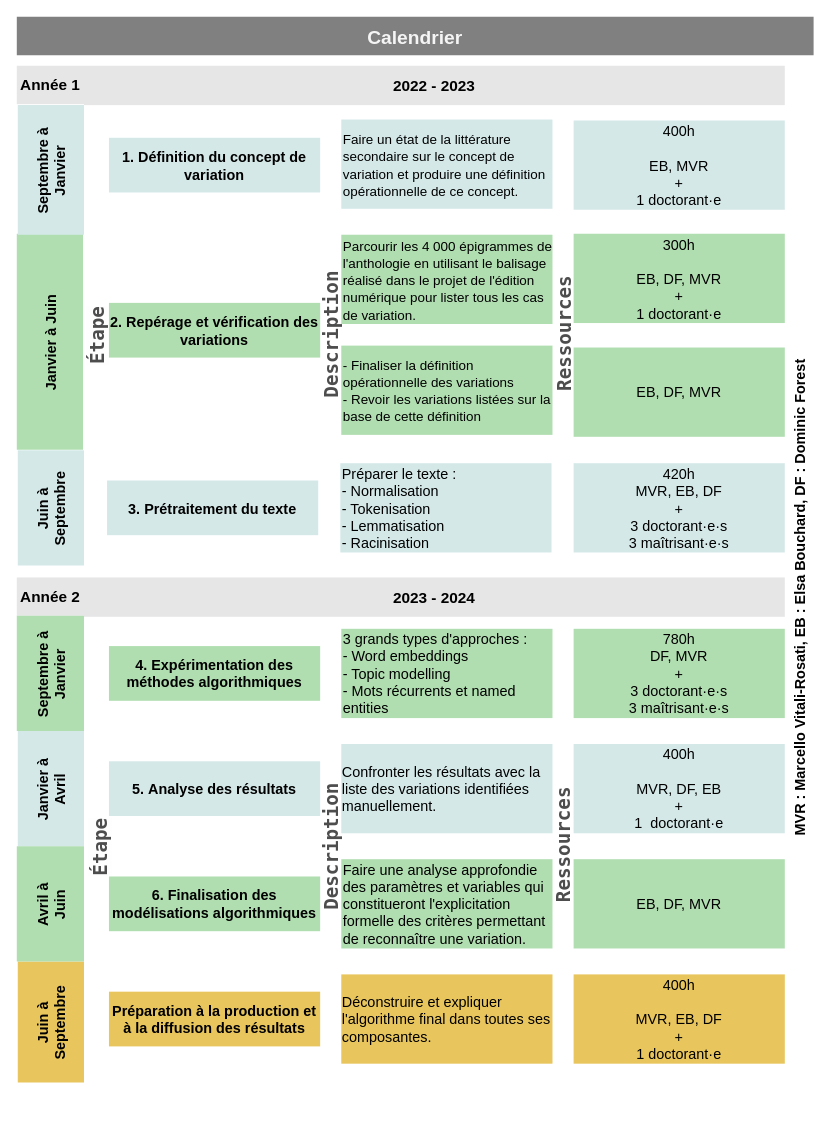
Before: page "Page-1" (1 of 2) of test Diagram.drawio in RochDLY/drawAAP, a draw.io diagram. Source tidied: cells renumbered, new cells numbered last; positions are measured from the earlier drawing's top-left corner, leaving out a move shared by most shapes. Both pictures are drawn from the tidied source at 96%, with x=0, y=0 at pixel (-122, 16).
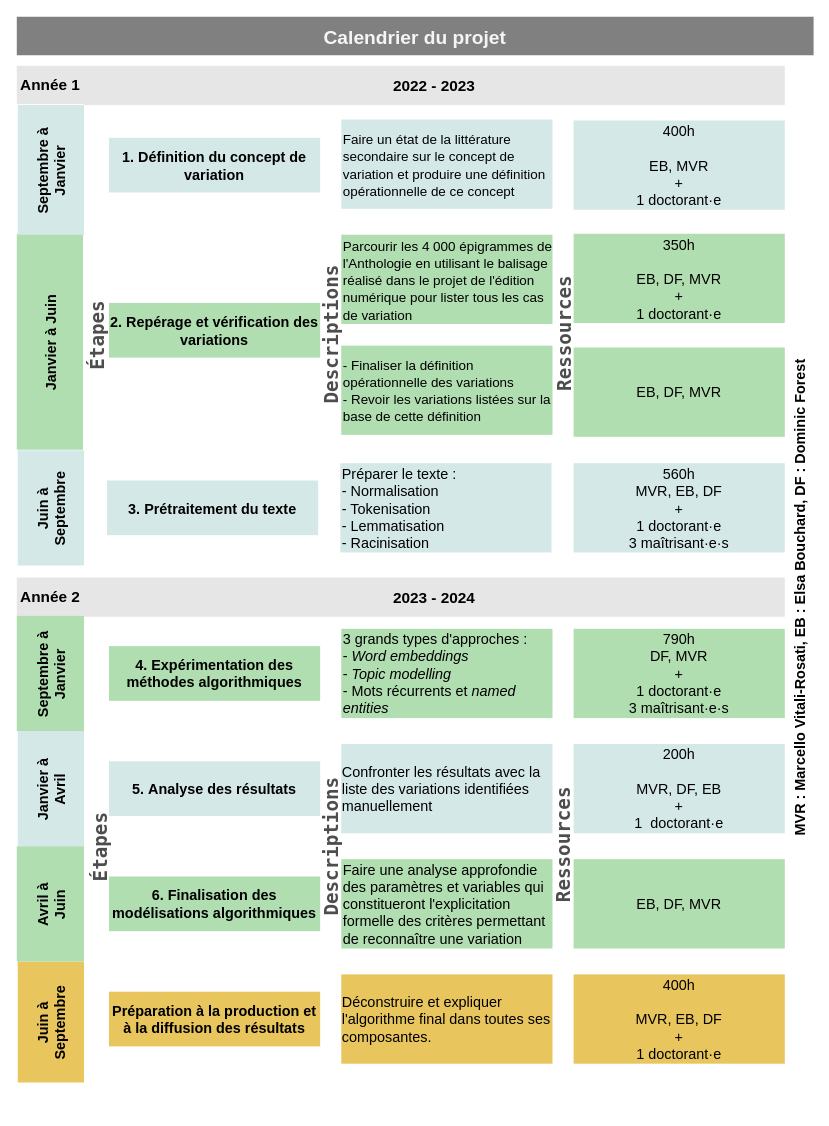
The same page after the edit.

Unchanged cells that the change refers to:
```xml
<mxCell id="7" value="Juin à&#10;Septembre" style="swimlane;horizontal=0;startSize=69;fontSize=15;strokeWidth=1;strokeColor=none;fillColor=#D5E8E8;" parent="2" vertex="1">
  <mxGeometry x="1" y="451.5" width="781" height="120" as="geometry" />
</mxCell>
<mxCell id="12" value="Janvier à&#10;Avril" style="swimlane;horizontal=0;startSize=69;fontSize=15;strokeWidth=1;strokeColor=none;fillColor=#D5E8E8;" parent="2" vertex="1">
  <mxGeometry x="1" y="744" width="780" height="120" as="geometry" />
</mxCell>
<mxCell id="23" value="Janvier à Juin" style="swimlane;horizontal=0;startSize=69;fontSize=15;strokeWidth=1;strokeColor=none;fillColor=#B1DEB1;" parent="1" vertex="1">
  <mxGeometry x="144" y="226" width="800" height="225" as="geometry" />
</mxCell>
<mxCell id="31" value="Septembre à&#10;Janvier" style="swimlane;horizontal=0;startSize=70;fontSize=15;strokeWidth=1;strokeColor=none;fillColor=#B1DEB1;" parent="1" vertex="1">
  <mxGeometry x="144" y="624" width="800" height="120" as="geometry" />
</mxCell>
<mxCell id="36" value="Avril à&#10;Juin" style="swimlane;horizontal=0;startSize=70;fontSize=15;strokeWidth=1;strokeColor=none;fillColor=#B1DEB1;" parent="1" vertex="1">
  <mxGeometry x="144" y="864" width="800" height="120" as="geometry" />
</mxCell>
<mxCell id="44" value="Septembre à&#10;Janvier" style="swimlane;horizontal=0;startSize=69;fontSize=15;strokeWidth=1;strokeColor=none;fillColor=#D5E8E8;gradientColor=none;" parent="1" vertex="1">
  <mxGeometry x="145" y="92" width="799" height="135" as="geometry" />
</mxCell>
```

The edit, as a diff of the source:
```diff
@@
-    <mxCell id="2" value="Calendrier" style="swimlane;startSize=40;strokeColor=none;fontSize=20;strokeWidth=0;fillColor=#808080;fontColor=#F5F5F5;" parent="1" vertex="1">
+    <mxCell id="2" value="Calendrier du projet" style="swimlane;startSize=40;strokeColor=none;fontSize=20;strokeWidth=0;fillColor=#808080;fontColor=#F5F5F5;" parent="1" vertex="1">
       <mxGeometry x="144" width="830" height="1139" as="geometry" />
     </mxCell>
@@
-    <mxCell id="10" value="&lt;div&gt;420h&lt;/div&gt;&lt;div&gt;MVR, EB, DF&lt;/div&gt;&lt;div&gt;+&lt;br&gt;&lt;/div&gt;&lt;div&gt;3 doctorant·e·s&lt;/div&gt;&lt;div&gt;3 maîtrisant·e·s&lt;br&gt;&lt;/div&gt;" style="rounded=0;whiteSpace=wrap;html=1;dashed=1;fontSize=15;dashPattern=1 4;align=center;fillColor=#D5E8E8;strokeColor=none;" parent="7" vertex="1">
+    <mxCell id="10" value="560h&lt;div&gt;MVR, EB, DF&lt;/div&gt;&lt;div&gt;+&lt;br&gt;&lt;/div&gt;&lt;div&gt;1 doctorant·e&lt;/div&gt;&lt;div&gt;3 maîtrisant·e·s&lt;br&gt;&lt;/div&gt;" style="rounded=0;whiteSpace=wrap;html=1;dashed=1;fontSize=15;dashPattern=1 4;align=center;fillColor=#D5E8E8;strokeColor=none;" parent="7" vertex="1">
       <mxGeometry x="579" y="13.5" width="220" height="93" as="geometry" />
     </mxCell>
@@
-    <mxCell id="14" value="&lt;div align=&quot;left&quot;&gt;Confronter les résultats avec la liste des variations identifiées manuellement.&lt;br&gt;&lt;/div&gt;" style="rounded=0;whiteSpace=wrap;html=1;dashed=1;fontSize=15;dashPattern=1 4;align=center;fillColor=#D5E8E8;strokeColor=none;" parent="12" vertex="1">
+    <mxCell id="14" value="&lt;div align=&quot;left&quot;&gt;Confronter les résultats avec la liste des variations identifiées manuellement&lt;br&gt;&lt;/div&gt;" style="rounded=0;whiteSpace=wrap;html=1;dashed=1;fontSize=15;dashPattern=1 4;align=center;fillColor=#D5E8E8;strokeColor=none;" parent="12" vertex="1">
       <mxGeometry x="337" y="13.5" width="220" height="93" as="geometry" />
     </mxCell>
-    <mxCell id="15" value="&lt;div&gt;400h&lt;/div&gt;&lt;div&gt;&lt;br&gt;&lt;/div&gt;&lt;div&gt;MVR, DF, EB&lt;/div&gt;&lt;div&gt;+&lt;br&gt;&lt;/div&gt;&lt;div&gt;1&amp;nbsp; doctorant·e&lt;br&gt;&lt;/div&gt;" style="rounded=0;whiteSpace=wrap;html=1;dashed=1;fontSize=15;dashPattern=1 4;align=center;fillColor=#D5E8E8;strokeColor=none;" parent="12" vertex="1">
+    <mxCell id="15" value="&lt;div&gt;200h&lt;/div&gt;&lt;div&gt;&lt;br&gt;&lt;/div&gt;&lt;div&gt;MVR, DF, EB&lt;/div&gt;&lt;div&gt;+&lt;br&gt;&lt;/div&gt;&lt;div&gt;1&amp;nbsp; doctorant·e&lt;br&gt;&lt;/div&gt;" style="rounded=0;whiteSpace=wrap;html=1;dashed=1;fontSize=15;dashPattern=1 4;align=center;fillColor=#D5E8E8;strokeColor=none;" parent="12" vertex="1">
       <mxGeometry x="579" y="13.5" width="220" height="93" as="geometry" />
     </mxCell>
@@
-    <mxCell id="27" value="300h&lt;div&gt;&lt;br&gt;&lt;/div&gt;&lt;div&gt;&lt;div&gt;EB, DF, MVR&lt;/div&gt;&lt;div&gt;+&lt;br&gt;&lt;/div&gt;1 doctorant·e&lt;/div&gt;" style="rounded=0;whiteSpace=wrap;html=1;dashed=1;fontSize=15;dashPattern=1 4;align=center;fillColor=#B1DEB1;strokeColor=none;" parent="23" vertex="1">
+    <mxCell id="27" value="350h&lt;div&gt;&lt;br&gt;&lt;/div&gt;&lt;div&gt;&lt;div&gt;EB, DF, MVR&lt;/div&gt;&lt;div&gt;+&lt;br&gt;&lt;/div&gt;1 doctorant·e&lt;/div&gt;" style="rounded=0;whiteSpace=wrap;html=1;dashed=1;fontSize=15;dashPattern=1 4;align=center;fillColor=#B1DEB1;strokeColor=none;" parent="23" vertex="1">
       <mxGeometry x="580" width="220" height="93" as="geometry" />
     </mxCell>
@@
-    <mxCell id="29" value="&lt;font face=&quot;Lucida Console&quot;&gt;&lt;b&gt;&lt;font style=&quot;font-size: 20px&quot; color=&quot;#4D4D4D&quot;&gt;Description&lt;/font&gt;&lt;/b&gt;&lt;/font&gt;" style="rounded=0;whiteSpace=wrap;html=1;strokeColor=none;rotation=-90;fillColor=none;" parent="23" vertex="1">
+    <mxCell id="29" value="&lt;font face=&quot;Lucida Console&quot;&gt;&lt;b&gt;&lt;font style=&quot;font-size: 20px&quot; color=&quot;#4D4D4D&quot;&gt;Descriptions&lt;/font&gt;&lt;/b&gt;&lt;/font&gt;" style="rounded=0;whiteSpace=wrap;html=1;strokeColor=none;rotation=-90;fillColor=none;" parent="23" vertex="1">
       <mxGeometry x="100" y="95" width="455" height="20" as="geometry" />
     </mxCell>
-    <mxCell id="30" value="&lt;b&gt;&lt;font style=&quot;font-size: 20px&quot; face=&quot;Lucida Console&quot; color=&quot;#4D4D4D&quot;&gt;&lt;span style=&quot;font-style: normal ; letter-spacing: normal ; text-align: left ; text-indent: 0px ; text-transform: none ; word-spacing: 0px ; background-color: rgba(221 , 223 , 228 , 0.04) ; display: inline ; float: none&quot;&gt;Étape&lt;/span&gt;&lt;/font&gt;&lt;/b&gt;" style="rounded=0;whiteSpace=wrap;html=1;strokeColor=none;rotation=-90;fillColor=none;" parent="23" vertex="1">
+    <mxCell id="30" value="&lt;b&gt;&lt;font style=&quot;font-size: 20px&quot; face=&quot;Lucida Console&quot; color=&quot;#4D4D4D&quot;&gt;&lt;span style=&quot;font-style: normal ; letter-spacing: normal ; text-align: left ; text-indent: 0px ; text-transform: none ; word-spacing: 0px ; background-color: rgba(221 , 223 , 228 , 0.04) ; display: inline ; float: none&quot;&gt;Étapes&lt;/span&gt;&lt;/font&gt;&lt;/b&gt;" style="rounded=0;whiteSpace=wrap;html=1;strokeColor=none;rotation=-90;fillColor=none;" parent="23" vertex="1">
       <mxGeometry x="-144" y="96" width="455" height="20" as="geometry" />
     </mxCell>
@@
-    <mxCell id="33" value="&lt;div align=&quot;left&quot;&gt;3 grands types d'approches :&lt;br&gt;- Word embeddings&lt;br&gt;- Topic modelling&lt;br&gt;- Mots récurrents et named entities&lt;/div&gt;" style="rounded=0;whiteSpace=wrap;html=1;dashed=1;fontSize=15;dashPattern=1 4;align=left;fillColor=#B1DEB1;strokeColor=none;" parent="31" vertex="1">
+    <mxCell id="33" value="&lt;div align=&quot;left&quot;&gt;3 grands types d'approches :&lt;br&gt;- &lt;i&gt;Word embeddings&lt;/i&gt;&lt;br&gt;- &lt;i&gt;Topic modelling&lt;/i&gt;&lt;br&gt;- Mots récurrents et &lt;i&gt;named entities&lt;/i&gt;&lt;/div&gt;" style="rounded=0;whiteSpace=wrap;html=1;dashed=1;fontSize=15;dashPattern=1 4;align=left;fillColor=#B1DEB1;strokeColor=none;" parent="31" vertex="1">
       <mxGeometry x="338" y="13.5" width="220" height="93" as="geometry" />
     </mxCell>
-    <mxCell id="34" value="&lt;div&gt;780h&lt;br&gt;&lt;/div&gt;&lt;div&gt;DF, MVR&lt;/div&gt;&lt;div&gt;+&lt;br&gt;&lt;/div&gt;&lt;div&gt;3 doctorant·e·s&lt;/div&gt;&lt;div&gt;3 maîtrisant·e·s&lt;br&gt;&lt;/div&gt;" style="rounded=0;whiteSpace=wrap;html=1;dashed=1;fontSize=15;dashPattern=1 4;align=center;fillColor=#B1DEB1;strokeColor=none;" parent="31" vertex="1">
+    <mxCell id="34" value="&lt;div&gt;790h&lt;br&gt;&lt;/div&gt;&lt;div&gt;DF, MVR&lt;/div&gt;&lt;div&gt;+&lt;br&gt;&lt;/div&gt;&lt;div&gt;1 doctorant·e&lt;/div&gt;&lt;div&gt;3 maîtrisant·e·s&lt;br&gt;&lt;/div&gt;" style="rounded=0;whiteSpace=wrap;html=1;dashed=1;fontSize=15;dashPattern=1 4;align=center;fillColor=#B1DEB1;strokeColor=none;" parent="31" vertex="1">
       <mxGeometry x="580" y="13.5" width="220" height="93" as="geometry" />
     </mxCell>
@@
-    <mxCell id="38" value="Faire une analyse approfondie des paramètres et variables qui constitueront l'explicitation formelle des critères permettant de reconnaître une variation." style="rounded=0;whiteSpace=wrap;html=1;dashed=1;fontSize=15;dashPattern=1 4;align=left;fillColor=#B1DEB1;strokeColor=none;" parent="36" vertex="1">
+    <mxCell id="38" value="Faire une analyse approfondie des paramètres et variables qui constitueront l'explicitation formelle des critères permettant de reconnaître une variation" style="rounded=0;whiteSpace=wrap;html=1;dashed=1;fontSize=15;dashPattern=1 4;align=left;fillColor=#B1DEB1;strokeColor=none;" parent="36" vertex="1">
       <mxGeometry x="338" y="13.5" width="220" height="93" as="geometry" />
     </mxCell>
@@
-    <mxCell id="42" value="&lt;font face=&quot;Lucida Console&quot; color=&quot;#4D4D4D&quot;&gt;&lt;b&gt;&lt;font style=&quot;font-size: 20px&quot;&gt;Description&lt;/font&gt;&lt;/b&gt;&lt;/font&gt;" style="rounded=0;whiteSpace=wrap;html=1;strokeColor=none;rotation=-90;fillColor=none;" parent="36" vertex="1">
+    <mxCell id="42" value="&lt;font face=&quot;Lucida Console&quot; color=&quot;#4D4D4D&quot;&gt;&lt;b&gt;&lt;font style=&quot;font-size: 20px&quot;&gt;Descriptions&lt;/font&gt;&lt;/b&gt;&lt;/font&gt;" style="rounded=0;whiteSpace=wrap;html=1;strokeColor=none;rotation=-90;fillColor=none;" parent="36" vertex="1">
       <mxGeometry x="99" y="-9.5" width="455" height="20" as="geometry" />
     </mxCell>
-    <mxCell id="43" value="&lt;b&gt;&lt;font style=&quot;font-size: 20px&quot; face=&quot;Lucida Console&quot; color=&quot;#4D4D4D&quot;&gt;&lt;span style=&quot;font-style: normal ; letter-spacing: normal ; text-align: left ; text-indent: 0px ; text-transform: none ; word-spacing: 0px ; background-color: rgba(221 , 223 , 228 , 0.04) ; display: inline ; float: none&quot;&gt;Étape&lt;/span&gt;&lt;/font&gt;&lt;/b&gt;" style="rounded=0;whiteSpace=wrap;html=1;strokeColor=none;rotation=-90;fillColor=none;" parent="36" vertex="1">
+    <mxCell id="43" value="&lt;b&gt;&lt;font style=&quot;font-size: 20px&quot; face=&quot;Lucida Console&quot; color=&quot;#4D4D4D&quot;&gt;&lt;span style=&quot;font-style: normal ; letter-spacing: normal ; text-align: left ; text-indent: 0px ; text-transform: none ; word-spacing: 0px ; background-color: rgba(221 , 223 , 228 , 0.04) ; display: inline ; float: none&quot;&gt;Étapes&lt;/span&gt;&lt;/font&gt;&lt;/b&gt;" style="rounded=0;whiteSpace=wrap;html=1;strokeColor=none;rotation=-90;fillColor=none;" parent="36" vertex="1">
       <mxGeometry x="-141" y="-9" width="455" height="20" as="geometry" />
     </mxCell>
@@
-    <mxCell id="48" value="&lt;div align=&quot;left&quot;&gt;&lt;font style=&quot;font-size: 14px&quot;&gt;Faire un état de la littérature secondaire sur le concept de variation et produire une définition opérationnelle de ce concept.&lt;/font&gt;&lt;/div&gt;" style="rounded=0;whiteSpace=wrap;html=1;dashed=1;fontSize=15;dashPattern=1 4;align=left;fillColor=#D5E8E8;strokeColor=none;gradientColor=none;gradientDirection=east;" parent="44" vertex="1">
+    <mxCell id="48" value="&lt;div align=&quot;left&quot;&gt;&lt;font style=&quot;font-size: 14px&quot;&gt;Faire un état de la littérature secondaire sur le concept de variation et produire une définition opérationnelle de ce concept&lt;/font&gt;&lt;/div&gt;" style="rounded=0;whiteSpace=wrap;html=1;dashed=1;fontSize=15;dashPattern=1 4;align=left;fillColor=#D5E8E8;strokeColor=none;gradientColor=none;gradientDirection=east;" parent="44" vertex="1">
       <mxGeometry x="337" y="15" width="220" height="93" as="geometry" />
     </mxCell>
@@
-    <mxCell id="50" value="&lt;div align=&quot;left&quot;&gt;&lt;font style=&quot;font-size: 14px&quot;&gt;Parcourir les 4 000 épigrammes de l'anthologie en utilisant le balisage réalisé dans le projet de l'édition numérique pour lister tous les cas de variation.&lt;/font&gt;&lt;/div&gt;" style="rounded=0;whiteSpace=wrap;html=1;dashed=1;fontSize=15;dashPattern=1 4;align=left;sketch=0;shadow=0;fillColor=#B1DEB1;strokeColor=none;" parent="44" vertex="1">
+    <mxCell id="50" value="&lt;div align=&quot;left&quot;&gt;&lt;font style=&quot;font-size: 14px&quot;&gt;Parcourir les 4 000 épigrammes de l'Anthologie en utilisant le balisage réalisé dans le projet de l'édition numérique pour lister tous les cas de variation&lt;/font&gt;&lt;/div&gt;" style="rounded=0;whiteSpace=wrap;html=1;dashed=1;fontSize=15;dashPattern=1 4;align=left;sketch=0;shadow=0;fillColor=#B1DEB1;strokeColor=none;" parent="44" vertex="1">
       <mxGeometry x="337" y="135" width="220" height="93" as="geometry" />
     </mxCell>
```
